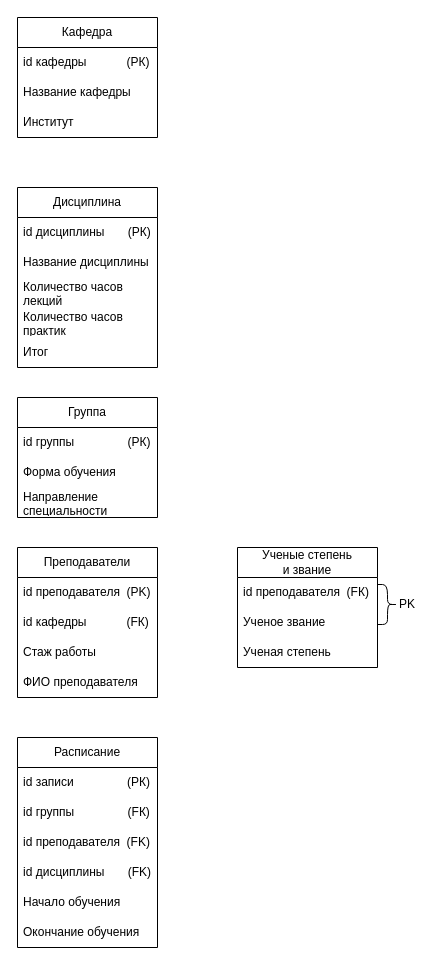
Dimj1k/Works keeps this draw.io diagram as page "Нормальная форма" (2 of 3) of draw_io/БД.drawio. Above is the earlier version. Source tidied: cells renumbered, new cells numbered last; positions are measured from the earlier drawing's top-left corner, leaving out a move shared by most shapes. Both pictures are drawn from the tidied source at 100%, with x=0, y=0 at pixel (17, 17).
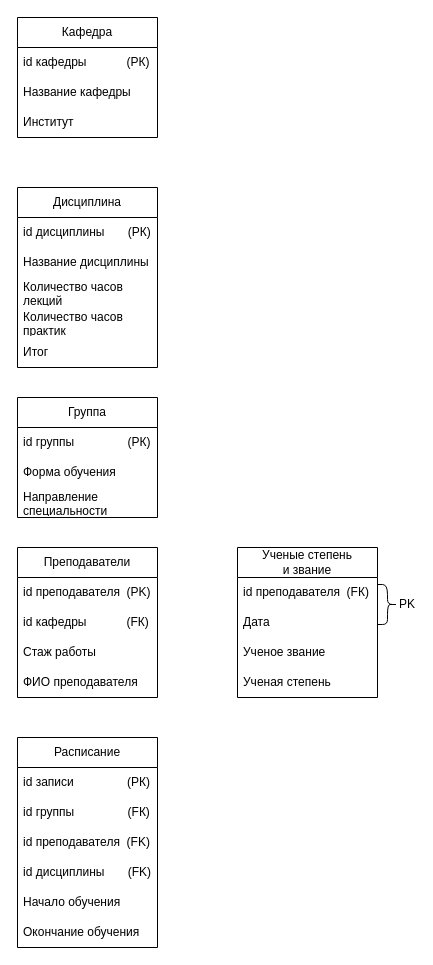
Above is the later version.

What changed in the source:
```diff
@@
     <mxCell id="28" value="Ученые степень&lt;br&gt;и звание" style="swimlane;fontStyle=0;horizontal=1;startSize=30;whiteSpace=wrap;html=1;" parent="1" vertex="1">
-      <mxGeometry x="220" y="530" width="140" height="120" as="geometry" />
+      <mxGeometry x="220" y="530" width="140" height="150" as="geometry" />
     </mxCell>
@@
+    <mxCell id="33" value="Дата" style="text;strokeColor=none;fillColor=none;align=left;verticalAlign=middle;spacingLeft=4;spacingRight=4;overflow=hidden;whiteSpace=wrap;html=1;" parent="28" vertex="1">
+      <mxGeometry y="60" width="140" height="30" as="geometry" />
+    </mxCell>
     <mxCell id="30" value="Ученое звание" style="text;strokeColor=none;fillColor=none;align=left;verticalAlign=middle;spacingLeft=4;spacingRight=4;overflow=hidden;whiteSpace=wrap;html=1;" parent="28" vertex="1">
-      <mxGeometry y="60" width="140" height="30" as="geometry" />
+      <mxGeometry y="90" width="140" height="30" as="geometry" />
     </mxCell>
     <mxCell id="31" value="Ученая степень" style="text;strokeColor=none;fillColor=none;align=left;verticalAlign=middle;spacingLeft=4;spacingRight=4;overflow=hidden;whiteSpace=wrap;html=1;" parent="28" vertex="1">
-      <mxGeometry y="90" width="140" height="30" as="geometry" />
+      <mxGeometry y="120" width="140" height="30" as="geometry" />
     </mxCell>
```
